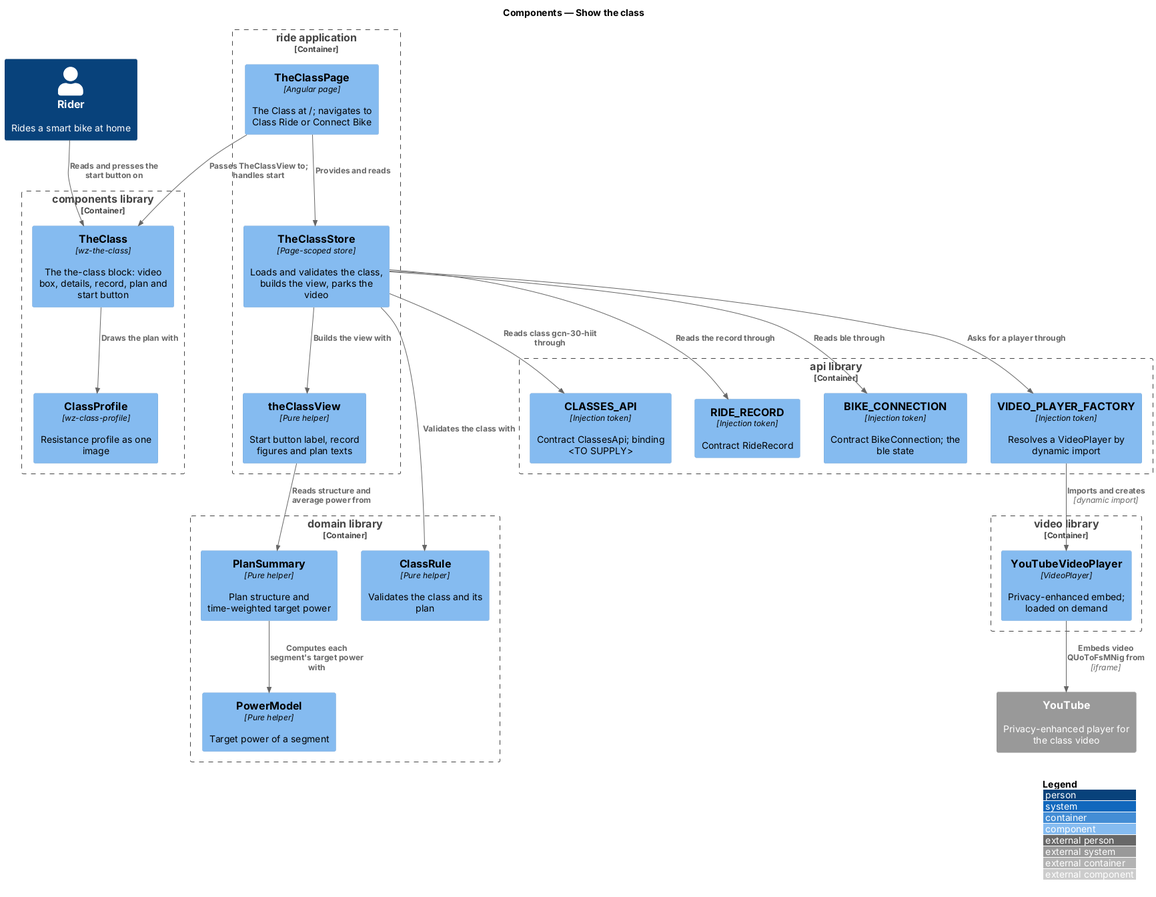
This is docs/detailed-designs/the-class/show-the-class/diagrams/c4-component.png from QuinntyneBrown/ride-one, a PlantUML export, as it was before one commit. The source it was exported from:
```plantuml
@startuml
!include <C4/C4_Component>
LAYOUT_WITH_LEGEND()
title Components — Show the class

Person(rider, "Rider", "Rides a smart bike at home")
System_Ext(youtube, "YouTube", "Privacy-enhanced player for the class video")

Container_Boundary(ride, "ride application") {
  Component(page, "TheClassPage", "Angular page", "The Class at /; navigates to Class Ride or Connect Bike")
  Component(store, "TheClassStore", "Page-scoped store", "Loads and validates the class, builds the view, parks the video")
  Component(view, "theClassView", "Pure helper", "Start button label, record figures and plan texts")
}
Container_Boundary(components, "components library") {
  Component(block, "TheClass", "wz-the-class", "The the-class block: video box, details, record, plan and start button")
  Component(profile, "ClassProfile", "wz-class-profile", "Resistance profile as one image")
}
Container_Boundary(domain, "domain library") {
  Component(rule, "ClassRule", "Pure helper", "Validates the class and its plan")
  Component(summary, "PlanSummary", "Pure helper", "Plan structure and time-weighted target power")
  Component(power, "PowerModel", "Pure helper", "Target power of a segment")
}
Container_Boundary(video, "video library") {
  Component(player, "YouTubeVideoPlayer", "VideoPlayer", "Privacy-enhanced embed; loaded on demand")
}
Container_Boundary(api, "api library") {
  Component(classes, "CLASSES_API", "Injection token", "Contract ClassesApi; binding <TO SUPPLY>")
  Component(record, "RIDE_RECORD", "Injection token", "Contract RideRecord")
  Component(conn, "BIKE_CONNECTION", "Injection token", "Contract BikeConnection; the ble state")
  Component(factory, "VIDEO_PLAYER_FACTORY", "Injection token", "Resolves a VideoPlayer by dynamic import")
}

Rel(rider, block, "Reads and presses the start button on")
Rel(page, block, "Passes TheClassView to; handles start")
Rel(block, profile, "Draws the plan with")
Rel(page, store, "Provides and reads")
Rel(store, classes, "Reads class gcn-30-hiit through")
Rel(store, rule, "Validates the class with")
Rel(store, view, "Builds the view with")
Rel(view, summary, "Reads structure and average power from")
Rel(summary, power, "Computes each segment's target power with")
Rel(store, record, "Reads the record through")
Rel(store, conn, "Reads ble through")
Rel(store, factory, "Asks for a player through")
Rel(factory, player, "Imports and creates", "dynamic import")
Rel(player, youtube, "Embeds video QUoToFsMNig from", "iframe")
@enduml
```
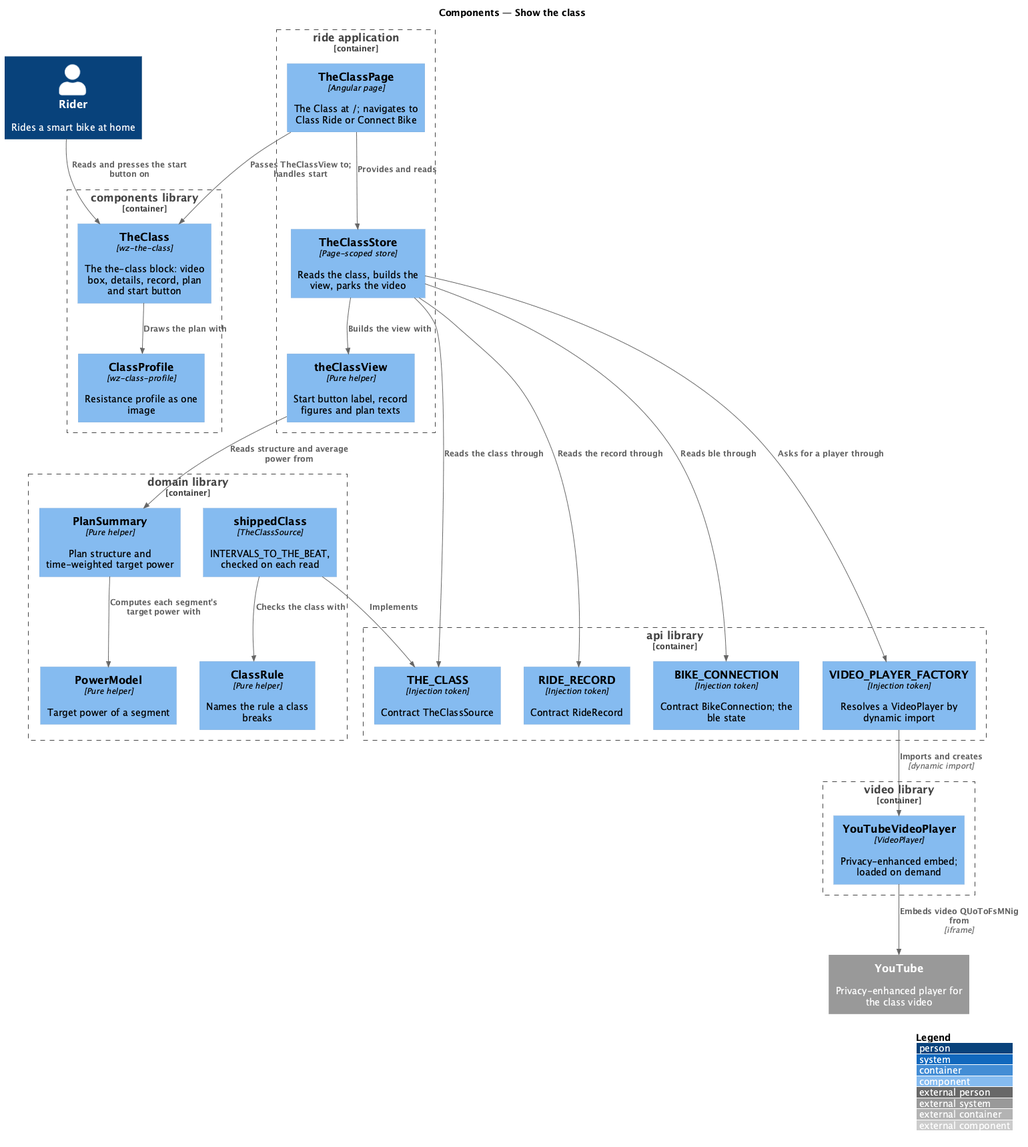
Above is the later version.

What changed in the source:
```diff
@@ -8,7 +8,7 @@
 
 Container_Boundary(ride, "ride application") {
   Component(page, "TheClassPage", "Angular page", "The Class at /; navigates to Class Ride or Connect Bike")
-  Component(store, "TheClassStore", "Page-scoped store", "Loads and validates the class, builds the view, parks the video")
+  Component(store, "TheClassStore", "Page-scoped store", "Reads the class, builds the view, parks the video")
   Component(view, "theClassView", "Pure helper", "Start button label, record figures and plan texts")
 }
 Container_Boundary(components, "components library") {
@@ -16,7 +16,8 @@
   Component(profile, "ClassProfile", "wz-class-profile", "Resistance profile as one image")
 }
 Container_Boundary(domain, "domain library") {
-  Component(rule, "ClassRule", "Pure helper", "Validates the class and its plan")
+  Component(rule, "ClassRule", "Pure helper", "Names the rule a class breaks")
+  Component(shipped, "shippedClass", "TheClassSource", "INTERVALS_TO_THE_BEAT, checked on each read")
   Component(summary, "PlanSummary", "Pure helper", "Plan structure and time-weighted target power")
   Component(power, "PowerModel", "Pure helper", "Target power of a segment")
 }
@@ -24,7 +25,7 @@
   Component(player, "YouTubeVideoPlayer", "VideoPlayer", "Privacy-enhanced embed; loaded on demand")
 }
 Container_Boundary(api, "api library") {
-  Component(classes, "CLASSES_API", "Injection token", "Contract ClassesApi; binding <TO SUPPLY>")
+  Component(classes, "THE_CLASS", "Injection token", "Contract TheClassSource")
   Component(record, "RIDE_RECORD", "Injection token", "Contract RideRecord")
   Component(conn, "BIKE_CONNECTION", "Injection token", "Contract BikeConnection; the ble state")
   Component(factory, "VIDEO_PLAYER_FACTORY", "Injection token", "Resolves a VideoPlayer by dynamic import")
@@ -34,8 +35,9 @@
 Rel(page, block, "Passes TheClassView to; handles start")
 Rel(block, profile, "Draws the plan with")
 Rel(page, store, "Provides and reads")
-Rel(store, classes, "Reads class gcn-30-hiit through")
-Rel(store, rule, "Validates the class with")
+Rel(store, classes, "Reads the class through")
+Rel(shipped, classes, "Implements")
+Rel(shipped, rule, "Checks the class with")
 Rel(store, view, "Builds the view with")
 Rel(view, summary, "Reads structure and average power from")
 Rel(summary, power, "Computes each segment's target power with")
```
